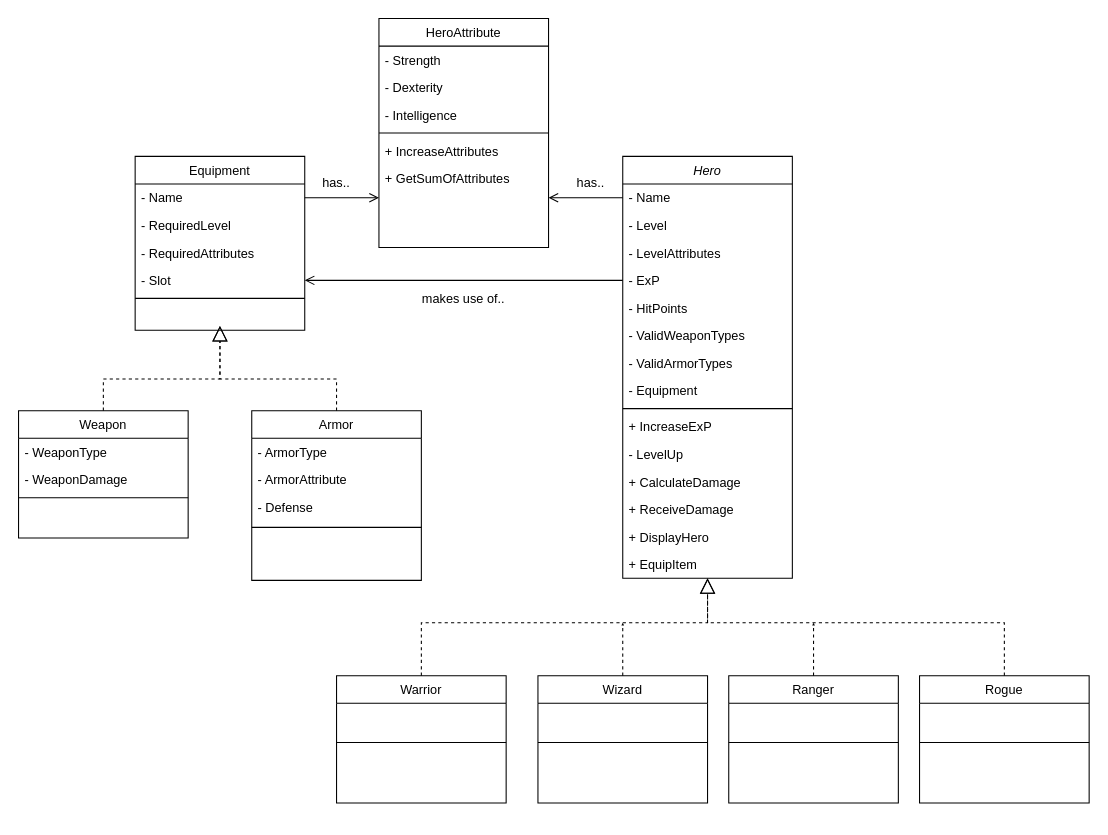
This is rpggame.drawio from vegardandersson/additional-files, a draw.io file, before an edit. Source tidied: cells renumbered, new cells numbered last; positions are measured from the earlier drawing's top-left corner, leaving out a move shared by most shapes. Both pictures are drawn from the tidied source at 106%, with x=0, y=0 at pixel (18, 18).
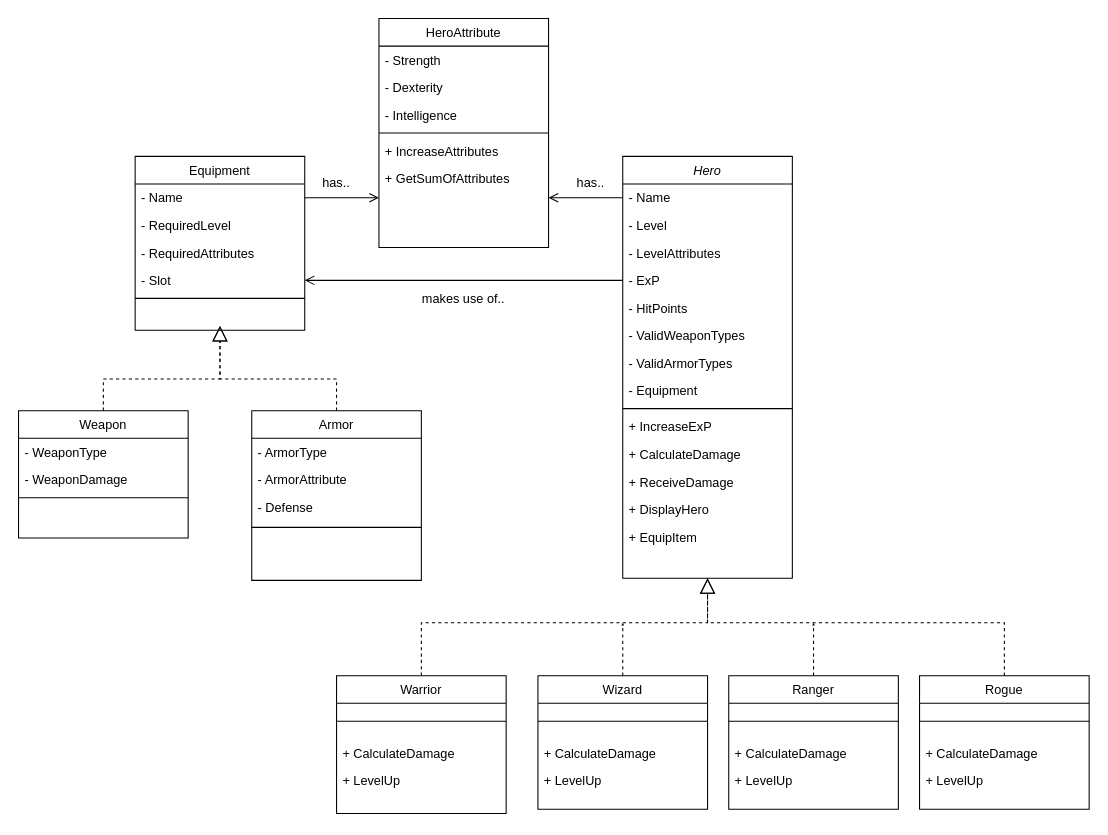
After the change.

The change refers to these unchanged cells:
```xml
<mxCell id="2" value="Hero" style="swimlane;fontStyle=2;align=center;verticalAlign=top;horizontal=1;startSize=26;rounded=0;shadow=0;strokeWidth=1;" parent="1" vertex="1">
  <mxGeometry x="570" y="130" width="160" height="398" as="geometry" />
</mxCell>
```

What changed in the source:
```diff
@@
-    <mxCell id="13" value="- LevelUp" style="text;align=left;verticalAlign=top;spacingLeft=4;spacingRight=4;overflow=hidden;rounded=0;shadow=0;html=0;" parent="2" vertex="1">
-      <mxGeometry y="268" width="160" height="26" as="geometry" />
-    </mxCell>
     <mxCell id="14" value="+ CalculateDamage" style="text;align=left;verticalAlign=top;spacingLeft=4;spacingRight=4;overflow=hidden;rounded=0;shadow=0;html=0;" parent="2" vertex="1">
-      <mxGeometry y="294" width="160" height="26" as="geometry" />
+      <mxGeometry y="268" width="160" height="26" as="geometry" />
     </mxCell>
     <mxCell id="15" value="+ ReceiveDamage" style="text;align=left;verticalAlign=top;spacingLeft=4;spacingRight=4;overflow=hidden;rounded=0;shadow=0;html=0;" parent="2" vertex="1">
-      <mxGeometry y="320" width="160" height="26" as="geometry" />
+      <mxGeometry y="294" width="160" height="26" as="geometry" />
     </mxCell>
     <mxCell id="16" value="+ DisplayHero" style="text;align=left;verticalAlign=top;spacingLeft=4;spacingRight=4;overflow=hidden;rounded=0;shadow=0;html=0;" parent="2" vertex="1">
-      <mxGeometry y="346" width="160" height="26" as="geometry" />
+      <mxGeometry y="320" width="160" height="26" as="geometry" />
     </mxCell>
     <mxCell id="17" value="+ EquipItem" style="text;align=left;verticalAlign=top;spacingLeft=4;spacingRight=4;overflow=hidden;rounded=0;shadow=0;html=0;" parent="2" vertex="1">
-      <mxGeometry y="372" width="160" height="26" as="geometry" />
+      <mxGeometry y="346" width="160" height="26" as="geometry" />
     </mxCell>
@@
     <mxCell id="48" value="Warrior" style="swimlane;fontStyle=0;align=center;verticalAlign=top;horizontal=1;startSize=26;rounded=0;shadow=0;strokeWidth=1;" parent="1" vertex="1">
-      <mxGeometry x="300" y="620" width="160" height="120" as="geometry" />
+      <mxGeometry x="300" y="620" width="160" height="130" as="geometry" />
     </mxCell>
     <mxCell id="49" style="line;html=1;strokeWidth=1;align=left;verticalAlign=middle;spacingTop=-1;spacingLeft=3;spacingRight=3;labelPosition=right;" parent="48" vertex="1">
-      <mxGeometry y="26" width="160" height="74" as="geometry" />
+      <mxGeometry y="26" width="160" height="34" as="geometry" />
     </mxCell>
+    <mxCell id="60" value="+ CalculateDamage" style="text;align=left;verticalAlign=top;spacingLeft=4;spacingRight=4;overflow=hidden;rounded=0;shadow=0;html=0;" parent="48" vertex="1">
+      <mxGeometry y="60" width="160" height="26" as="geometry" />
+    </mxCell>
+    <mxCell id="61" value="+ LevelUp" style="text;align=left;verticalAlign=top;spacingLeft=4;spacingRight=4;overflow=hidden;rounded=0;shadow=0;html=0;" parent="48" vertex="1">
+      <mxGeometry y="86" width="160" height="44" as="geometry" />
+    </mxCell>
     <mxCell id="50" value="Wizard" style="swimlane;fontStyle=0;align=center;verticalAlign=top;horizontal=1;startSize=26;rounded=0;shadow=0;strokeWidth=1;" parent="1" vertex="1">
-      <mxGeometry x="490" y="620" width="160" height="120" as="geometry" />
+      <mxGeometry x="490" y="620" width="160" height="126" as="geometry" />
     </mxCell>
     <mxCell id="51" style="line;html=1;strokeWidth=1;align=left;verticalAlign=middle;spacingTop=-1;spacingLeft=3;spacingRight=3;labelPosition=right;" parent="50" vertex="1">
-      <mxGeometry y="26" width="160" height="74" as="geometry" />
+      <mxGeometry y="26" width="160" height="34" as="geometry" />
     </mxCell>
+    <mxCell id="62" value="+ CalculateDamage" style="text;align=left;verticalAlign=top;spacingLeft=4;spacingRight=4;overflow=hidden;rounded=0;shadow=0;html=0;" parent="50" vertex="1">
+      <mxGeometry y="60" width="160" height="26" as="geometry" />
+    </mxCell>
+    <mxCell id="63" value="+ LevelUp" style="text;align=left;verticalAlign=top;spacingLeft=4;spacingRight=4;overflow=hidden;rounded=0;shadow=0;html=0;" parent="50" vertex="1">
+      <mxGeometry y="86" width="160" height="26" as="geometry" />
+    </mxCell>
     <mxCell id="52" value="Ranger" style="swimlane;fontStyle=0;align=center;verticalAlign=top;horizontal=1;startSize=26;rounded=0;shadow=0;strokeWidth=1;" parent="1" vertex="1">
-      <mxGeometry x="670" y="620" width="160" height="120" as="geometry" />
+      <mxGeometry x="670" y="620" width="160" height="126" as="geometry" />
     </mxCell>
     <mxCell id="53" style="line;html=1;strokeWidth=1;align=left;verticalAlign=middle;spacingTop=-1;spacingLeft=3;spacingRight=3;labelPosition=right;" parent="52" vertex="1">
-      <mxGeometry y="26" width="160" height="74" as="geometry" />
+      <mxGeometry y="26" width="160" height="34" as="geometry" />
     </mxCell>
+    <mxCell id="64" value="+ CalculateDamage" style="text;align=left;verticalAlign=top;spacingLeft=4;spacingRight=4;overflow=hidden;rounded=0;shadow=0;html=0;" parent="52" vertex="1">
+      <mxGeometry y="60" width="160" height="26" as="geometry" />
+    </mxCell>
+    <mxCell id="65" value="+ LevelUp" style="text;align=left;verticalAlign=top;spacingLeft=4;spacingRight=4;overflow=hidden;rounded=0;shadow=0;html=0;" parent="52" vertex="1">
+      <mxGeometry y="86" width="160" height="26" as="geometry" />
+    </mxCell>
     <mxCell id="54" value="Rogue" style="swimlane;fontStyle=0;align=center;verticalAlign=top;horizontal=1;startSize=26;rounded=0;shadow=0;strokeWidth=1;" parent="1" vertex="1">
-      <mxGeometry x="850" y="620" width="160" height="120" as="geometry" />
+      <mxGeometry x="850" y="620" width="160" height="126" as="geometry" />
     </mxCell>
     <mxCell id="55" style="line;html=1;strokeWidth=1;align=left;verticalAlign=middle;spacingTop=-1;spacingLeft=3;spacingRight=3;labelPosition=right;" parent="54" vertex="1">
-      <mxGeometry y="26" width="160" height="74" as="geometry" />
+      <mxGeometry y="26" width="160" height="34" as="geometry" />
     </mxCell>
+    <mxCell id="66" value="+ CalculateDamage" style="text;align=left;verticalAlign=top;spacingLeft=4;spacingRight=4;overflow=hidden;rounded=0;shadow=0;html=0;" parent="54" vertex="1">
+      <mxGeometry y="60" width="160" height="26" as="geometry" />
+    </mxCell>
+    <mxCell id="67" value="+ LevelUp" style="text;align=left;verticalAlign=top;spacingLeft=4;spacingRight=4;overflow=hidden;rounded=0;shadow=0;html=0;" parent="54" vertex="1">
+      <mxGeometry y="86" width="160" height="26" as="geometry" />
+    </mxCell>
```
